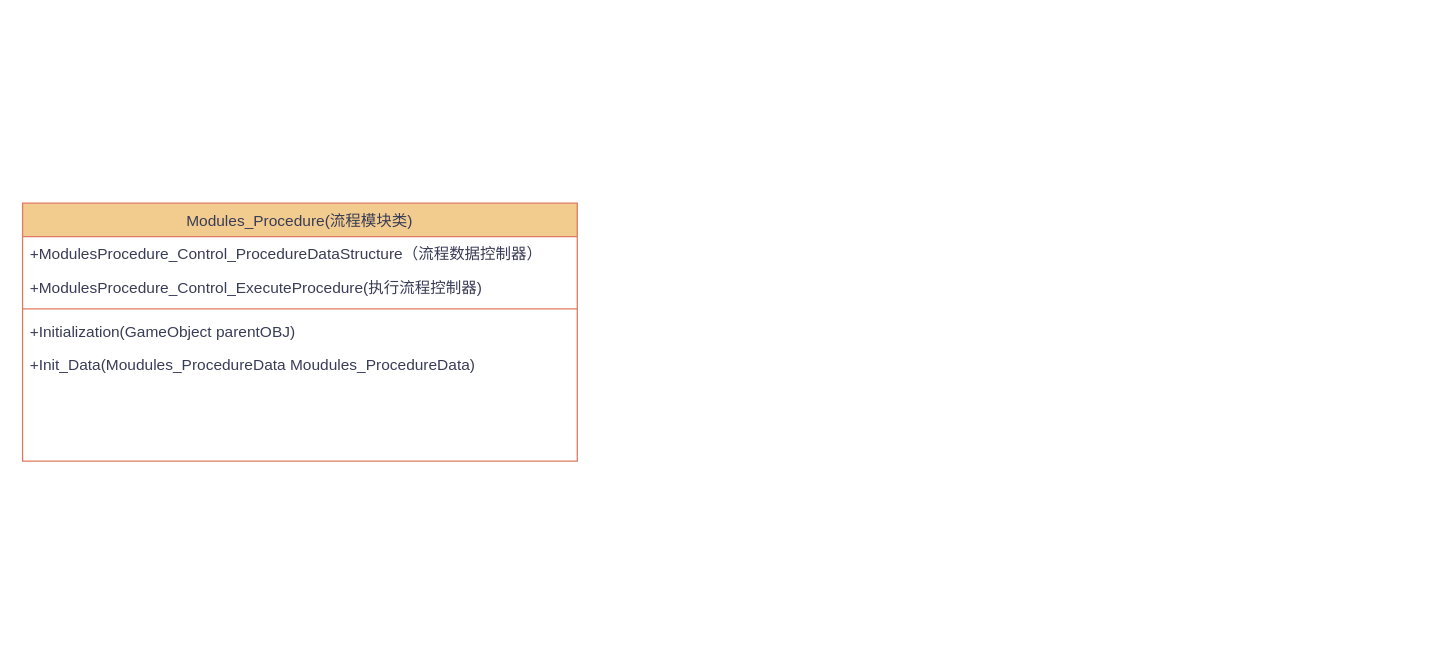
guiyewang/draw.io keeps this draw.io diagram as Obosky/Assemble.drawio. Above is the earlier version. Source tidied: cells renumbered, new cells numbered last; positions are measured from the earlier drawing's top-left corner, leaving out a move shared by most shapes. Both pictures are drawn from the tidied source at 129%, with x=0, y=0 at pixel (22, 203).
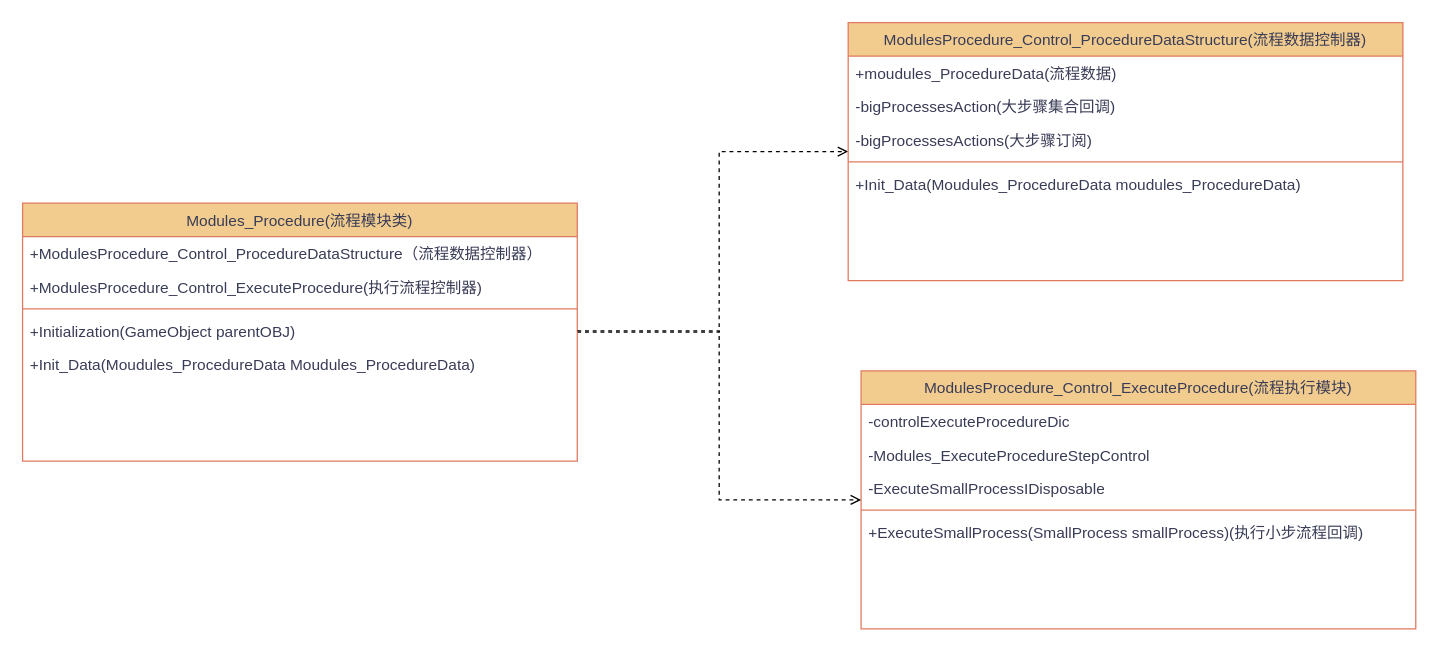
The same page after the edit.

Unchanged cells that the change refers to:
```xml
<mxCell id="2" value="Modules_Procedure(流程模块类)" style="swimlane;fontStyle=0;align=center;verticalAlign=top;horizontal=1;startSize=26;rounded=0;shadow=0;strokeWidth=1;labelBackgroundColor=none;fillColor=#F2CC8F;strokeColor=#E07A5F;fontColor=#393C56;whiteSpace=wrap;" parent="1" vertex="1">
  <mxGeometry width="430" height="200" as="geometry" />
</mxCell>
<mxCell id="6" value="+Initialization(GameObject parentOBJ)" style="text;align=left;verticalAlign=top;spacingLeft=4;spacingRight=4;overflow=hidden;points=[[0,0.5],[1,0.5]];portConstraint=eastwest;labelBackgroundColor=none;fontColor=#393C56;rounded=0;" parent="2" vertex="1">
  <mxGeometry y="86" width="430" height="26" as="geometry" />
</mxCell>
```

The edit, as a diff of the source:
```diff
@@
+    <mxCell id="8" style="edgeStyle=orthogonalEdgeStyle;rounded=0;jettySize=auto;html=1;dashed=1;endArrow=open;endFill=0;" parent="1" edge="1" source="2" target="9">
+      <mxGeometry relative="1" as="geometry">
+        <Array as="points">
+          <mxPoint x="540" y="100" />
+          <mxPoint x="540" y="-40" />
+        </Array>
+      </mxGeometry>
+    </mxCell>
@@
+    <mxCell id="9" value="ModulesProcedure_Control_ProcedureDataStructure(流程数据控制器)" style="swimlane;fontStyle=0;align=center;verticalAlign=top;horizontal=1;startSize=26;rounded=0;shadow=0;strokeWidth=1;labelBackgroundColor=none;fillColor=#F2CC8F;strokeColor=#E07A5F;fontColor=#393C56;whiteSpace=wrap;" parent="1" vertex="1">
+      <mxGeometry x="640" y="-140" width="430" height="200" as="geometry" />
+    </mxCell>
+    <mxCell id="10" value="+moudules_ProcedureData(流程数据)" style="text;align=left;verticalAlign=top;spacingLeft=4;spacingRight=4;overflow=hidden;labelBackgroundColor=none;fontColor=#393C56;rounded=0;whiteSpace=wrap;" parent="9" vertex="1">
+      <mxGeometry y="26" width="430" height="26" as="geometry" />
+    </mxCell>
+    <mxCell id="11" value="-bigProcessesAction(大步骤集合回调)" style="text;align=left;verticalAlign=top;spacingLeft=4;spacingRight=4;overflow=hidden;rounded=0;shadow=0;html=0;labelBackgroundColor=none;fontColor=#393C56;" parent="9" vertex="1">
+      <mxGeometry y="52" width="430" height="26" as="geometry" />
+    </mxCell>
+    <mxCell id="12" value="-bigProcessesActions(大步骤订阅)" style="text;align=left;verticalAlign=top;spacingLeft=4;spacingRight=4;overflow=hidden;rounded=0;shadow=0;html=0;labelBackgroundColor=none;fontColor=#393C56;" parent="9" vertex="1">
+      <mxGeometry y="78" width="430" height="26" as="geometry" />
+    </mxCell>
+    <mxCell id="13" style="line;html=1;strokeWidth=1;align=left;verticalAlign=middle;spacingTop=-1;spacingLeft=3;spacingRight=3;labelPosition=right;labelBackgroundColor=none;fillColor=#F2CC8F;strokeColor=#E07A5F;fontColor=#393C56;rounded=0;" parent="9" vertex="1">
+      <mxGeometry y="104" width="430" height="8" as="geometry" />
+    </mxCell>
+    <mxCell id="14" value="+Init_Data(Moudules_ProcedureData moudules_ProcedureData)" style="text;align=left;verticalAlign=top;spacingLeft=4;spacingRight=4;overflow=hidden;labelBackgroundColor=none;fontColor=#393C56;rounded=0;" parent="9" vertex="1">
+      <mxGeometry y="112" width="430" height="26" as="geometry" />
+    </mxCell>
+    <mxCell id="15" value="ModulesProcedure_Control_ExecuteProcedure(流程执行模块)" style="swimlane;fontStyle=0;align=center;verticalAlign=top;horizontal=1;startSize=26;rounded=0;shadow=0;strokeWidth=1;labelBackgroundColor=none;fillColor=#F2CC8F;strokeColor=#E07A5F;fontColor=#393C56;whiteSpace=wrap;" parent="1" vertex="1">
+      <mxGeometry x="650" y="130" width="430" height="200" as="geometry" />
+    </mxCell>
+    <mxCell id="16" value="-controlExecuteProcedureDic" style="text;align=left;verticalAlign=top;spacingLeft=4;spacingRight=4;overflow=hidden;labelBackgroundColor=none;fontColor=#393C56;rounded=0;whiteSpace=wrap;" parent="15" vertex="1">
+      <mxGeometry y="26" width="430" height="26" as="geometry" />
+    </mxCell>
+    <mxCell id="17" value="-Modules_ExecuteProcedureStepControl" style="text;align=left;verticalAlign=top;spacingLeft=4;spacingRight=4;overflow=hidden;labelBackgroundColor=none;fontColor=#393C56;rounded=0;whiteSpace=wrap;" parent="15" vertex="1">
+      <mxGeometry y="52" width="430" height="26" as="geometry" />
+    </mxCell>
+    <mxCell id="18" value="-ExecuteSmallProcessIDisposable" style="text;align=left;verticalAlign=top;spacingLeft=4;spacingRight=4;overflow=hidden;labelBackgroundColor=none;fontColor=#393C56;rounded=0;whiteSpace=wrap;" parent="15" vertex="1">
+      <mxGeometry y="78" width="430" height="26" as="geometry" />
+    </mxCell>
+    <mxCell id="19" style="line;html=1;strokeWidth=1;align=left;verticalAlign=middle;spacingTop=-1;spacingLeft=3;spacingRight=3;labelPosition=right;labelBackgroundColor=none;fillColor=#F2CC8F;strokeColor=#E07A5F;fontColor=#393C56;rounded=0;" parent="15" vertex="1">
+      <mxGeometry y="104" width="430" height="8" as="geometry" />
+    </mxCell>
+    <mxCell id="20" value="+ExecuteSmallProcess(SmallProcess smallProcess)(执行小步流程回调)" style="text;align=left;verticalAlign=top;spacingLeft=4;spacingRight=4;overflow=hidden;labelBackgroundColor=none;fontColor=#393C56;rounded=0;" parent="15" vertex="1">
+      <mxGeometry y="112" width="430" height="26" as="geometry" />
+    </mxCell>
+    <mxCell id="21" style="edgeStyle=orthogonalEdgeStyle;rounded=0;jettySize=auto;html=1;exitX=1;exitY=0.5;exitDx=0;exitDy=0;entryX=0;entryY=0.5;entryDx=0;entryDy=0;dashed=1;endArrow=open;endFill=0;" parent="1" edge="1" source="6" target="15">
+      <mxGeometry relative="1" as="geometry">
+        <Array as="points">
+          <mxPoint x="540" y="99" />
+          <mxPoint x="540" y="230" />
+        </Array>
+      </mxGeometry>
+    </mxCell>
```
